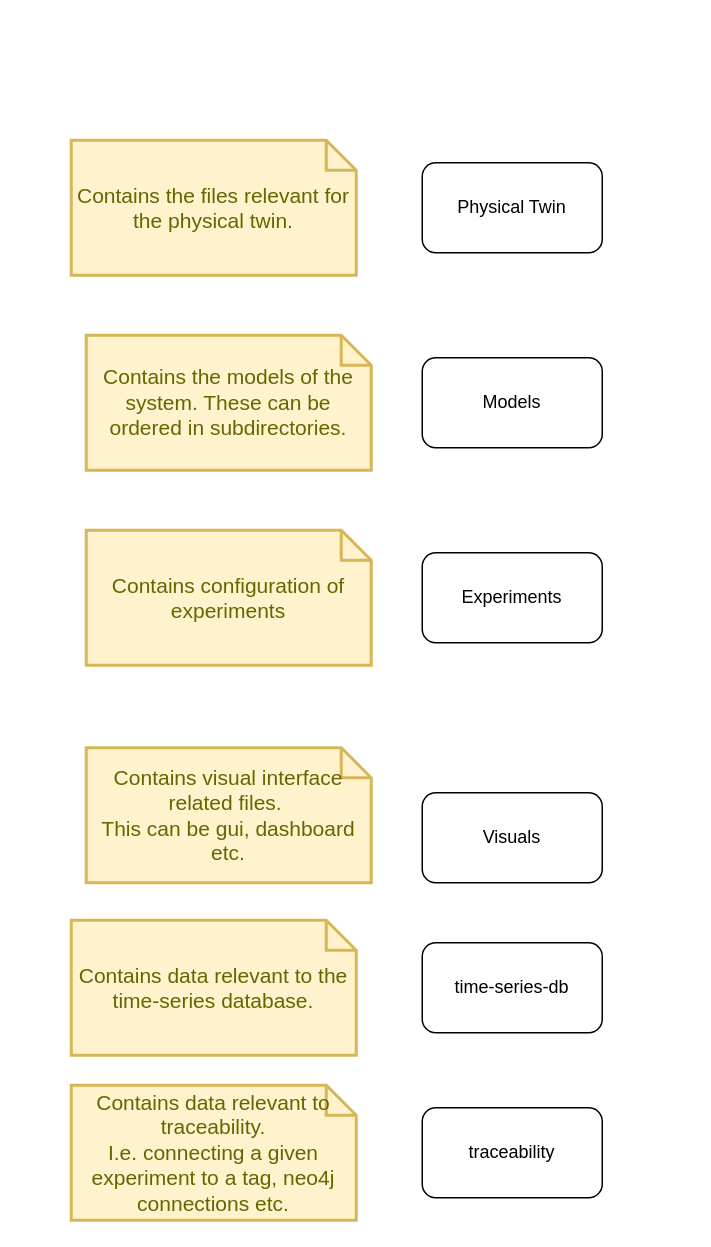
Above: docs/dt_structure.drawio in twright/example-incubator (draw.io), before the change. Source tidied: cells renumbered, new cells numbered last; positions are measured from the earlier drawing's top-left corner, leaving out a move shared by most shapes. Both pictures are drawn from the tidied source at 150%, with x=0, y=0 at pixel (70, 140).
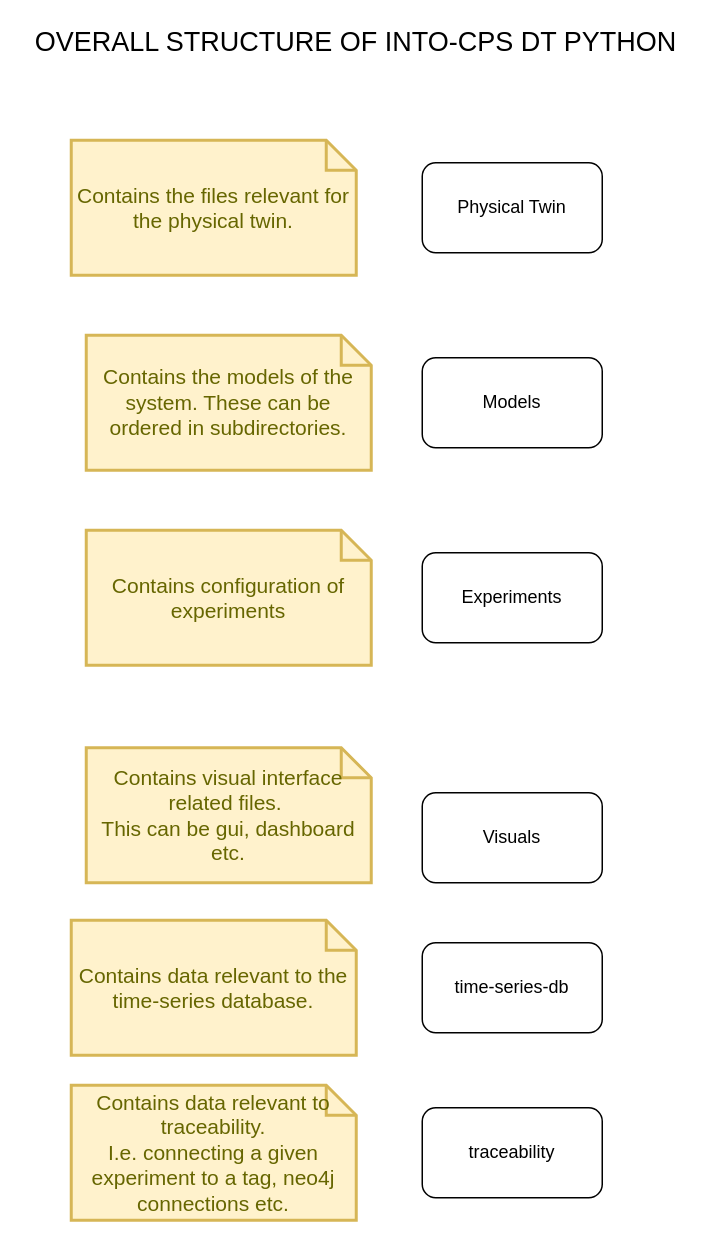
Above is the later version.

Change to the diagram source:
```diff
@@
 <mxGraphModel>
   <root>
     <mxCell id="0" />
     <mxCell id="1" parent="0" />
     <mxCell id="2" value="Physical Twin" style="rounded=1;whiteSpace=wrap;html=1;" parent="1" vertex="1">
       <mxGeometry x="234" y="15" width="120" height="60" as="geometry" />
     </mxCell>
     <mxCell id="3" value="Contains the files relevant for the physical twin." style="shape=note;strokeWidth=2;fontSize=14;size=20;whiteSpace=wrap;html=1;fillColor=#fff2cc;strokeColor=#d6b656;fontColor=#666600;" parent="1" vertex="1">
       <mxGeometry width="190" height="90" as="geometry" />
     </mxCell>
     <mxCell id="4" value="Models" style="rounded=1;whiteSpace=wrap;html=1;" parent="1" vertex="1">
       <mxGeometry x="234" y="145" width="120" height="60" as="geometry" />
     </mxCell>
     <mxCell id="5" value="Contains the models of the system. These can be ordered in subdirectories." style="shape=note;strokeWidth=2;fontSize=14;size=20;whiteSpace=wrap;html=1;fillColor=#fff2cc;strokeColor=#d6b656;fontColor=#666600;" parent="1" vertex="1">
       <mxGeometry x="10" y="130" width="190" height="90" as="geometry" />
     </mxCell>
     <mxCell id="6" value="Experiments" style="rounded=1;whiteSpace=wrap;html=1;" parent="1" vertex="1">
       <mxGeometry x="234" y="275" width="120" height="60" as="geometry" />
     </mxCell>
     <mxCell id="7" value="Contains configuration of experiments" style="shape=note;strokeWidth=2;fontSize=14;size=20;whiteSpace=wrap;html=1;fillColor=#fff2cc;strokeColor=#d6b656;fontColor=#666600;" parent="1" vertex="1">
       <mxGeometry x="10" y="260" width="190" height="90" as="geometry" />
     </mxCell>
     <mxCell id="8" value="Contains visual interface related files.&amp;nbsp;&lt;br&gt;This can be gui, dashboard etc." style="shape=note;strokeWidth=2;fontSize=14;size=20;whiteSpace=wrap;html=1;fillColor=#fff2cc;strokeColor=#d6b656;fontColor=#666600;" parent="1" vertex="1">
       <mxGeometry x="10" y="405" width="190" height="90" as="geometry" />
     </mxCell>
     <mxCell id="9" value="Visuals" style="rounded=1;whiteSpace=wrap;html=1;" parent="1" vertex="1">
       <mxGeometry x="234" y="435" width="120" height="60" as="geometry" />
     </mxCell>
     <mxCell id="10" value="time-series-db" style="rounded=1;whiteSpace=wrap;html=1;" parent="1" vertex="1">
       <mxGeometry x="234" y="535" width="120" height="60" as="geometry" />
     </mxCell>
     <mxCell id="11" value="Contains data relevant to the time-series database." style="shape=note;strokeWidth=2;fontSize=14;size=20;whiteSpace=wrap;html=1;fillColor=#fff2cc;strokeColor=#d6b656;fontColor=#666600;" parent="1" vertex="1">
       <mxGeometry y="520" width="190" height="90" as="geometry" />
     </mxCell>
     <mxCell id="12" value="traceability" style="rounded=1;whiteSpace=wrap;html=1;" parent="1" vertex="1">
       <mxGeometry x="234" y="645" width="120" height="60" as="geometry" />
     </mxCell>
     <mxCell id="13" value="Contains data relevant to traceability.&lt;br&gt;I.e. connecting a given experiment to a tag, neo4j connections etc." style="shape=note;strokeWidth=2;fontSize=14;size=20;whiteSpace=wrap;html=1;fillColor=#fff2cc;strokeColor=#d6b656;fontColor=#666600;" parent="1" vertex="1">
       <mxGeometry y="630" width="190" height="90" as="geometry" />
     </mxCell>
+    <mxCell id="14" value="OVERALL STRUCTURE OF INTO-CPS DT PYTHON" style="text;html=1;strokeColor=none;fillColor=none;align=center;verticalAlign=middle;whiteSpace=wrap;rounded=0;fontSize=18;" parent="1" vertex="1">
+      <mxGeometry x="-30" y="-75" width="440" height="20" as="geometry" />
+    </mxCell>
   </root>
 </mxGraphModel>
```
